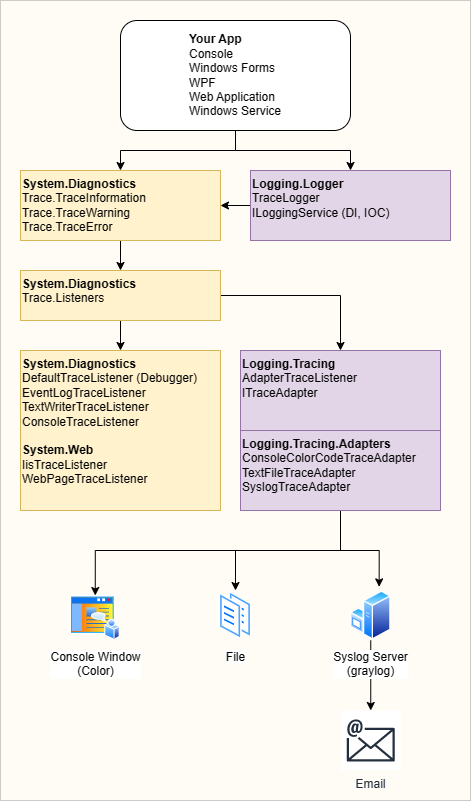
omni-trash/syslog keeps this draw.io diagram as Documents/Images/overview.png. Above is the earlier version. Source tidied: cells renumbered, new cells last; positions are measured from the earlier drawing's top-left corner, leaving out a move shared by most shapes. Its diagram source:
```xml
<mxGraphModel>
  <root>
    <mxCell id="0" />
    <mxCell id="1" parent="0" />
    <mxCell id="2" style="rounded=0;whiteSpace=wrap;html=1;fillStyle=solid;fillColor=#FFF2CC;opacity=20;" parent="1" vertex="1">
      <mxGeometry width="470" height="800" as="geometry" />
    </mxCell>
    <mxCell id="3" style="edgeStyle=orthogonalEdgeStyle;rounded=0;jettySize=auto;html=1;" parent="1" edge="1" source="5" target="7">
      <mxGeometry relative="1" as="geometry" />
    </mxCell>
    <mxCell id="4" style="edgeStyle=orthogonalEdgeStyle;rounded=0;jettySize=auto;html=1;entryX=0.5;entryY=0;entryDx=0;entryDy=0;" parent="1" edge="1" source="5" target="18">
      <mxGeometry relative="1" as="geometry" />
    </mxCell>
    <mxCell id="5" value="&lt;div style=&quot;text-align: left;&quot;&gt;&lt;span style=&quot;background-color: initial;&quot;&gt;&lt;b&gt;Your App&lt;/b&gt;&lt;/span&gt;&lt;/div&gt;&lt;div style=&quot;border-color: var(--border-color); text-align: left;&quot;&gt;&lt;span style=&quot;border-color: var(--border-color); background-color: initial;&quot;&gt;Console&lt;/span&gt;&lt;/div&gt;&lt;div style=&quot;border-color: var(--border-color); text-align: left;&quot;&gt;&lt;span style=&quot;border-color: var(--border-color); background-color: initial;&quot;&gt;Windows Forms&lt;/span&gt;&lt;/div&gt;&lt;div style=&quot;border-color: var(--border-color); text-align: left;&quot;&gt;&lt;span style=&quot;border-color: var(--border-color); background-color: initial;&quot;&gt;WPF&lt;/span&gt;&lt;/div&gt;&lt;div style=&quot;border-color: var(--border-color); text-align: left;&quot;&gt;&lt;span style=&quot;border-color: var(--border-color); background-color: initial;&quot;&gt;Web Application&lt;/span&gt;&lt;/div&gt;&lt;div style=&quot;border-color: var(--border-color); text-align: left;&quot;&gt;&lt;span style=&quot;background-color: initial;&quot;&gt;Windows Service&lt;/span&gt;&lt;br&gt;&lt;/div&gt;" style="rounded=1;whiteSpace=wrap;html=1;" parent="1" vertex="1">
      <mxGeometry x="120" y="20" width="230" height="110" as="geometry" />
    </mxCell>
    <mxCell id="6" style="edgeStyle=orthogonalEdgeStyle;rounded=0;jettySize=auto;html=1;entryX=0.5;entryY=0;entryDx=0;entryDy=0;" parent="1" edge="1" source="7" target="10">
      <mxGeometry relative="1" as="geometry" />
    </mxCell>
    <mxCell id="7" value="&lt;b&gt;System.Diagnostics&lt;/b&gt;&lt;br&gt;Trace.TraceInformation&lt;br&gt;Trace.TraceWarning&lt;br&gt;Trace.TraceError" style="text;strokeColor=#d6b656;align=left;fillColor=#fff2cc;html=1;verticalAlign=top;whiteSpace=wrap;rounded=0;" parent="1" vertex="1">
      <mxGeometry x="20" y="170" width="200" height="70" as="geometry" />
    </mxCell>
    <mxCell id="8" style="edgeStyle=orthogonalEdgeStyle;rounded=0;jettySize=auto;html=1;entryX=0.5;entryY=0;entryDx=0;entryDy=0;" parent="1" edge="1" source="10" target="11">
      <mxGeometry relative="1" as="geometry" />
    </mxCell>
    <mxCell id="9" style="edgeStyle=orthogonalEdgeStyle;rounded=0;jettySize=auto;html=1;exitX=1;exitY=0.5;exitDx=0;exitDy=0;entryX=0.5;entryY=0;entryDx=0;entryDy=0;" parent="1" edge="1" source="10" target="12">
      <mxGeometry relative="1" as="geometry" />
    </mxCell>
    <mxCell id="10" value="&lt;b&gt;System.Diagnostics&lt;/b&gt;&lt;br&gt;Trace.Listeners" style="text;strokeColor=#d6b656;align=left;fillColor=#fff2cc;html=1;verticalAlign=top;whiteSpace=wrap;rounded=0;" parent="1" vertex="1">
      <mxGeometry x="20" y="270" width="200" height="50" as="geometry" />
    </mxCell>
    <mxCell id="11" value="&lt;b&gt;System.Diagnostics&lt;/b&gt;&lt;br&gt;DefaultTraceListener (Debugger)&lt;br&gt;EventLogTraceListener&lt;br&gt;TextWriterTraceListener&lt;br&gt;ConsoleTraceListener&lt;br&gt;&lt;br&gt;&lt;b&gt;System.Web&lt;/b&gt;&lt;br&gt;IisTraceListener&lt;br&gt;WebPageTraceListener" style="text;strokeColor=#d6b656;align=left;fillColor=#fff2cc;html=1;verticalAlign=top;whiteSpace=wrap;rounded=0;" parent="1" vertex="1">
      <mxGeometry x="20" y="350" width="200" height="160" as="geometry" />
    </mxCell>
    <mxCell id="12" value="&lt;b&gt;Logging.Tracing&lt;/b&gt;&lt;br&gt;AdapterTraceListener&lt;br&gt;ITraceAdapter" style="text;strokeColor=#9673a6;align=left;fillColor=#e1d5e7;html=1;verticalAlign=top;whiteSpace=wrap;rounded=0;" parent="1" vertex="1">
      <mxGeometry x="240" y="350" width="200" height="80" as="geometry" />
    </mxCell>
    <mxCell id="13" style="edgeStyle=orthogonalEdgeStyle;rounded=0;jettySize=auto;html=1;entryX=0.5;entryY=0;entryDx=0;entryDy=0;" parent="1" edge="1" source="16" target="19">
      <mxGeometry relative="1" as="geometry">
        <Array as="points">
          <mxPoint x="340" y="550" />
          <mxPoint x="95" y="550" />
        </Array>
      </mxGeometry>
    </mxCell>
    <mxCell id="14" style="edgeStyle=orthogonalEdgeStyle;rounded=0;jettySize=auto;html=1;exitX=0.5;exitY=1;exitDx=0;exitDy=0;entryX=0.5;entryY=0;entryDx=0;entryDy=0;" parent="1" edge="1" source="16" target="20">
      <mxGeometry relative="1" as="geometry">
        <Array as="points">
          <mxPoint x="340" y="550" />
          <mxPoint x="235" y="550" />
        </Array>
      </mxGeometry>
    </mxCell>
    <mxCell id="15" style="edgeStyle=orthogonalEdgeStyle;rounded=0;jettySize=auto;html=1;entryX=0.705;entryY=-0.073;entryDx=0;entryDy=0;entryPerimeter=0;" parent="1" edge="1" source="16" target="22">
      <mxGeometry relative="1" as="geometry">
        <Array as="points">
          <mxPoint x="340" y="550" />
          <mxPoint x="379" y="550" />
        </Array>
      </mxGeometry>
    </mxCell>
    <mxCell id="16" value="&lt;b&gt;Logging.Tracing.Adapters&lt;/b&gt;&lt;br&gt;ConsoleColorCodeTraceAdapter&lt;br&gt;TextFileTraceAdapter&lt;br&gt;SyslogTraceAdapter" style="text;strokeColor=#9673a6;align=left;fillColor=#e1d5e7;html=1;verticalAlign=top;whiteSpace=wrap;rounded=0;" parent="1" vertex="1">
      <mxGeometry x="240" y="430" width="200" height="80" as="geometry" />
    </mxCell>
    <mxCell id="17" style="edgeStyle=orthogonalEdgeStyle;rounded=0;jettySize=auto;html=1;entryX=1;entryY=0.5;entryDx=0;entryDy=0;" parent="1" edge="1" source="18" target="7">
      <mxGeometry relative="1" as="geometry" />
    </mxCell>
    <mxCell id="18" value="&lt;b&gt;Logging.Logger&lt;/b&gt;&lt;br&gt;TraceLogger&lt;br&gt;ILoggingService (DI, IOC)" style="text;strokeColor=#9673a6;align=left;fillColor=#e1d5e7;html=1;verticalAlign=top;whiteSpace=wrap;rounded=0;" parent="1" vertex="1">
      <mxGeometry x="250" y="170" width="200" height="70" as="geometry" />
    </mxCell>
    <mxCell id="19" value="Console Window&lt;br&gt;(Color)" style="perimeter=ellipsePerimeter;html=1;align=center;shadow=0;dashed=0;spacingTop=3;image;image=img/lib/active_directory/home_page.svg;" parent="1" vertex="1">
      <mxGeometry x="69.8" y="595" width="50" height="45" as="geometry" />
    </mxCell>
    <mxCell id="20" value="File" style="perimeter=ellipsePerimeter;html=1;align=center;shadow=0;dashed=0;spacingTop=3;image;image=img/lib/active_directory/documents.svg;" parent="1" vertex="1">
      <mxGeometry x="218.5" y="590" width="33" height="50" as="geometry" />
    </mxCell>
    <mxCell id="21" style="edgeStyle=orthogonalEdgeStyle;rounded=0;jettySize=auto;html=1;" parent="1" edge="1" source="22" target="23">
      <mxGeometry relative="1" as="geometry" />
    </mxCell>
    <mxCell id="22" value="Syslog Server&lt;br&gt;(graylog)" style="perimeter=ellipsePerimeter;html=1;align=center;shadow=0;dashed=0;spacingTop=3;image;image=img/lib/active_directory/windows_server.svg;" parent="1" vertex="1">
      <mxGeometry x="349.8" y="590" width="41" height="50" as="geometry" />
    </mxCell>
    <mxCell id="23" value="Email" style="sketch=0;outlineConnect=0;fontColor=#232F3E;gradientColor=none;strokeColor=#232F3E;fillColor=#ffffff;dashed=0;verticalLabelPosition=bottom;verticalAlign=top;align=center;html=1;fontSize=12;fontStyle=0;shape=mxgraph.aws4.resourceIcon;resIcon=mxgraph.aws4.email;" parent="1" vertex="1">
      <mxGeometry x="340.2" y="710" width="60" height="60" as="geometry" />
    </mxCell>
  </root>
</mxGraphModel>
```
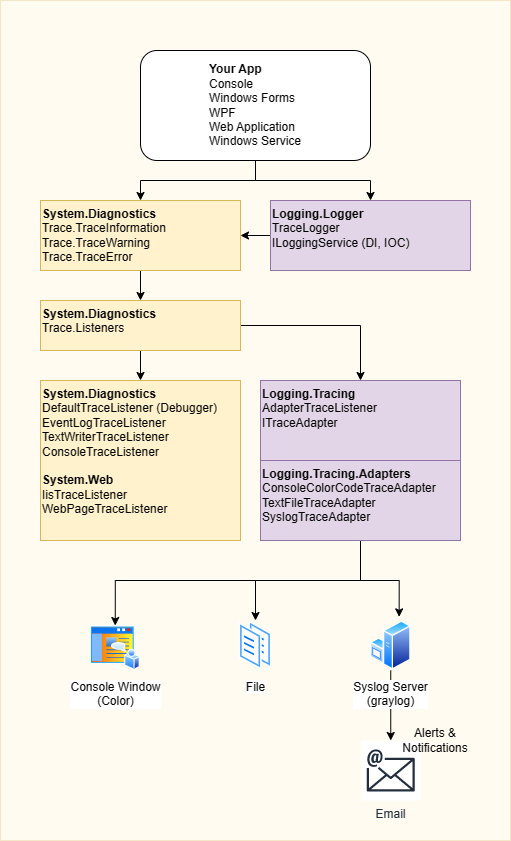
Above is the later version.

Change to the diagram source:
```diff
@@ -2,9 +2,9 @@
   <root>
     <mxCell id="0" />
     <mxCell id="1" parent="0" />
-    <mxCell id="2" style="rounded=0;whiteSpace=wrap;html=1;fillStyle=solid;fillColor=#FFF2CC;opacity=20;" parent="1" vertex="1">
-      <mxGeometry width="470" height="800" as="geometry" />
-    </mxCell>
+    <mxCell id="24" style="rounded=0;whiteSpace=wrap;html=1;fillColor=#fff2cc;strokeColor=#d6b656;opacity=30;" parent="1" vertex="1">
+      <mxGeometry x="-20" y="-30" width="510" height="840" as="geometry" />
+    </mxCell>
     <mxCell id="3" style="edgeStyle=orthogonalEdgeStyle;rounded=0;jettySize=auto;html=1;" parent="1" edge="1" source="5" target="7">
       <mxGeometry relative="1" as="geometry" />
     </mxCell>
@@ -83,5 +83,8 @@
     <mxCell id="23" value="Email" style="sketch=0;outlineConnect=0;fontColor=#232F3E;gradientColor=none;strokeColor=#232F3E;fillColor=#ffffff;dashed=0;verticalLabelPosition=bottom;verticalAlign=top;align=center;html=1;fontSize=12;fontStyle=0;shape=mxgraph.aws4.resourceIcon;resIcon=mxgraph.aws4.email;" parent="1" vertex="1">
       <mxGeometry x="340.2" y="710" width="60" height="60" as="geometry" />
     </mxCell>
+    <mxCell id="25" value="Alerts &amp;amp; Notifications" style="text;strokeColor=none;align=center;fillColor=none;html=1;verticalAlign=middle;whiteSpace=wrap;rounded=0;" parent="1" vertex="1">
+      <mxGeometry x="370" y="690" width="90" height="40" as="geometry" />
+    </mxCell>
   </root>
 </mxGraphModel>
```
